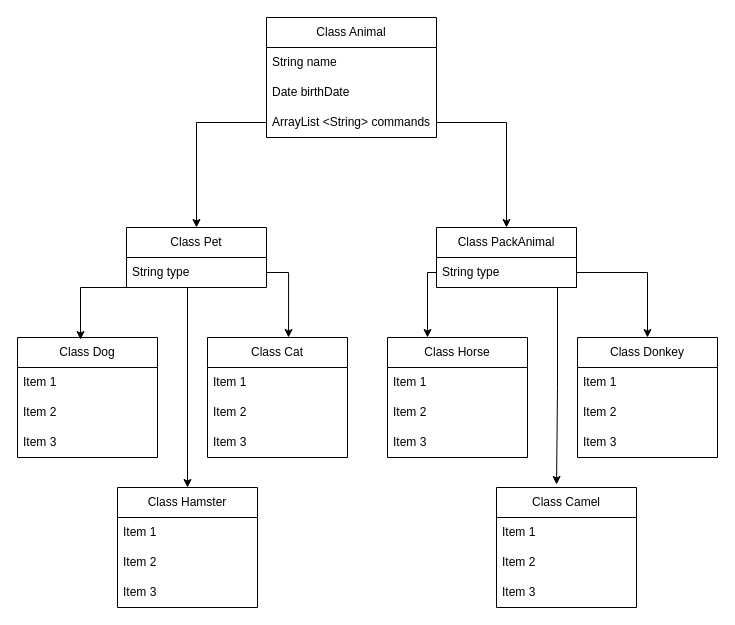
The draw.io diagram Animals diagram.drawio in KopanovAleksey/FinalSpecializationWork, before the edit. Source tidied: cells renumbered, new cells numbered last; positions are measured from the earlier drawing's top-left corner, leaving out a move shared by most shapes. Both pictures are drawn from the tidied source at 100%, with x=0, y=0 at pixel (17, 17).
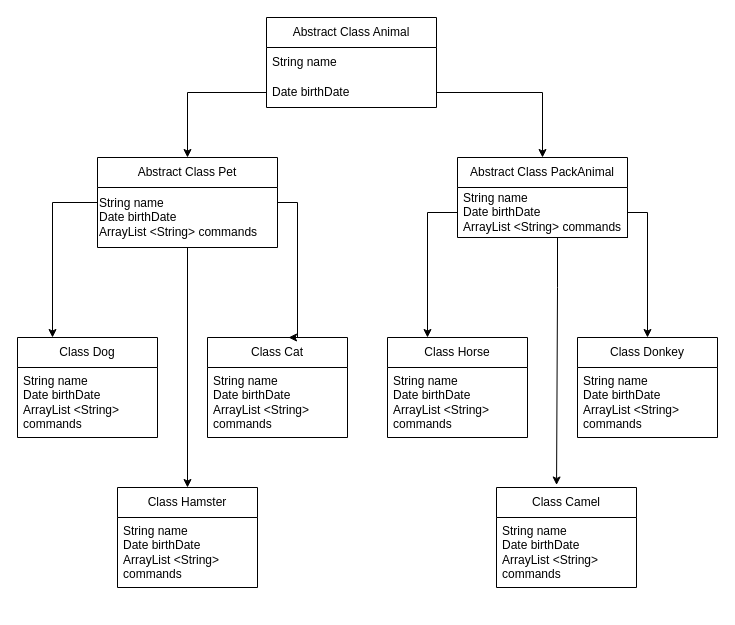
Above is the later version.

The change refers to these unchanged cells:
```xml
<mxCell id="4" value="Date birthDate" style="text;strokeColor=none;fillColor=none;align=left;verticalAlign=middle;spacingLeft=4;spacingRight=4;overflow=hidden;points=[[0,0.5],[1,0.5]];portConstraint=eastwest;whiteSpace=wrap;html=1;" parent="2" vertex="1">
  <mxGeometry y="60" width="170" height="30" as="geometry" />
</mxCell>
```

Diff of the diagram source:
```diff
@@
-    <mxCell id="2" value="Class Animal" style="swimlane;fontStyle=0;horizontal=1;startSize=30;whiteSpace=wrap;html=1;" parent="1" vertex="1">
-      <mxGeometry x="249" width="170" height="120" as="geometry" />
+    <mxCell id="2" value="Abstract Class Animal" style="swimlane;fontStyle=0;horizontal=1;startSize=30;whiteSpace=wrap;html=1;" parent="1" vertex="1">
+      <mxGeometry x="249" width="170" height="90" as="geometry" />
     </mxCell>
@@
-    <mxCell id="5" value="ArrayList &amp;lt;String&amp;gt; commands" style="text;strokeColor=none;fillColor=none;align=left;verticalAlign=middle;spacingLeft=4;spacingRight=4;overflow=hidden;points=[[0,0.5],[1,0.5]];portConstraint=eastwest;whiteSpace=wrap;html=1;" parent="2" vertex="1">
-      <mxGeometry y="90" width="170" height="30" as="geometry" />
-    </mxCell>
-    <mxCell id="6" value="Class Pet" style="swimlane;fontStyle=0;horizontal=1;startSize=30;whiteSpace=wrap;html=1;" parent="1" vertex="1">
-      <mxGeometry x="109" y="210" width="140" height="60" as="geometry" />
+    <mxCell id="6" value="Abstract Class Pet" style="swimlane;fontStyle=0;horizontal=1;startSize=30;whiteSpace=wrap;html=1;" parent="1" vertex="1">
+      <mxGeometry x="80" y="140" width="180" height="90" as="geometry" />
     </mxCell>
-    <mxCell id="7" value="String type" style="text;strokeColor=none;fillColor=none;align=left;verticalAlign=middle;spacingLeft=4;spacingRight=4;overflow=hidden;points=[[0,0.5],[1,0.5]];portConstraint=eastwest;whiteSpace=wrap;html=1;" parent="6" vertex="1">
-      <mxGeometry y="30" width="140" height="30" as="geometry" />
-    </mxCell>
+    <mxCell id="42" value="String name&lt;br&gt;Date birthDate&lt;br&gt;ArrayList &amp;lt;String&amp;gt; commands" style="text;html=1;align=left;verticalAlign=middle;points=[];strokeColor=none;fillColor=none;" parent="6" vertex="1">
+      <mxGeometry y="30" width="180" height="60" as="geometry" />
+    </mxCell>
-    <mxCell id="8" value="Class PackAnimal" style="swimlane;fontStyle=0;horizontal=1;startSize=30;whiteSpace=wrap;html=1;" parent="1" vertex="1">
-      <mxGeometry x="419" y="210" width="140" height="60" as="geometry" />
+    <mxCell id="8" value="Abstract Class PackAnimal" style="swimlane;fontStyle=0;horizontal=1;startSize=30;whiteSpace=wrap;html=1;" parent="1" vertex="1">
+      <mxGeometry x="440" y="140" width="170" height="80" as="geometry" />
     </mxCell>
-    <mxCell id="9" value="String type" style="text;strokeColor=none;fillColor=none;align=left;verticalAlign=middle;spacingLeft=4;spacingRight=4;overflow=hidden;points=[[0,0.5],[1,0.5]];portConstraint=eastwest;whiteSpace=wrap;html=1;" parent="8" vertex="1">
-      <mxGeometry y="30" width="140" height="30" as="geometry" />
+    <mxCell id="9" value="String name&lt;br style=&quot;border-color: var(--border-color); text-align: center;&quot;&gt;&lt;span style=&quot;text-align: center;&quot;&gt;Date birthDate&lt;/span&gt;&lt;br style=&quot;border-color: var(--border-color); text-align: center;&quot;&gt;&lt;span style=&quot;text-align: center;&quot;&gt;ArrayList &amp;lt;String&amp;gt; commands&lt;/span&gt;" style="text;strokeColor=none;fillColor=none;align=left;verticalAlign=middle;spacingLeft=4;spacingRight=4;overflow=hidden;points=[[0,0.5],[1,0.5]];portConstraint=eastwest;whiteSpace=wrap;html=1;" parent="8" vertex="1">
+      <mxGeometry y="30" width="170" height="50" as="geometry" />
     </mxCell>
-    <mxCell id="10" style="edgeStyle=orthogonalEdgeStyle;rounded=0;jettySize=auto;html=1;exitX=0;exitY=0.5;exitDx=0;exitDy=0;" parent="1" edge="1" source="5" target="6">
+    <mxCell id="10" style="edgeStyle=orthogonalEdgeStyle;rounded=0;jettySize=auto;html=1;" parent="1" edge="1" source="4" target="6">
       <mxGeometry relative="1" as="geometry" />
     </mxCell>
-    <mxCell id="11" style="edgeStyle=orthogonalEdgeStyle;rounded=0;jettySize=auto;html=1;exitX=1;exitY=0.5;exitDx=0;exitDy=0;entryX=0.5;entryY=0;entryDx=0;entryDy=0;" parent="1" edge="1" source="5" target="8">
+    <mxCell id="11" style="edgeStyle=orthogonalEdgeStyle;rounded=0;jettySize=auto;html=1;exitX=1;exitY=0.5;exitDx=0;exitDy=0;entryX=0.5;entryY=0;entryDx=0;entryDy=0;" parent="1" edge="1" source="4" target="8">
       <mxGeometry relative="1" as="geometry" />
     </mxCell>
     <mxCell id="12" value="Class Dog" style="swimlane;fontStyle=0;horizontal=1;startSize=30;whiteSpace=wrap;html=1;" parent="1" vertex="1">
-      <mxGeometry y="320" width="140" height="120" as="geometry" />
+      <mxGeometry y="320" width="140" height="100" as="geometry" />
     </mxCell>
-    <mxCell id="13" value="Item 1" style="text;strokeColor=none;fillColor=none;align=left;verticalAlign=middle;spacingLeft=4;spacingRight=4;overflow=hidden;whiteSpace=wrap;html=1;" parent="12" vertex="1">
-      <mxGeometry y="30" width="140" height="30" as="geometry" />
-    </mxCell>
-    <mxCell id="14" value="Item 2" style="text;strokeColor=none;fillColor=none;align=left;verticalAlign=middle;spacingLeft=4;spacingRight=4;overflow=hidden;whiteSpace=wrap;html=1;" parent="12" vertex="1">
-      <mxGeometry y="60" width="140" height="30" as="geometry" />
-    </mxCell>
-    <mxCell id="15" value="Item 3" style="text;strokeColor=none;fillColor=none;align=left;verticalAlign=middle;spacingLeft=4;spacingRight=4;overflow=hidden;whiteSpace=wrap;html=1;" parent="12" vertex="1">
-      <mxGeometry y="90" width="140" height="30" as="geometry" />
-    </mxCell>
     <mxCell id="16" value="Class Cat" style="swimlane;fontStyle=0;horizontal=1;startSize=30;whiteSpace=wrap;html=1;" parent="1" vertex="1">
-      <mxGeometry x="190" y="320" width="140" height="120" as="geometry" />
+      <mxGeometry x="190" y="320" width="140" height="100" as="geometry" />
     </mxCell>
-    <mxCell id="17" value="Item 1" style="text;strokeColor=none;fillColor=none;align=left;verticalAlign=middle;spacingLeft=4;spacingRight=4;overflow=hidden;whiteSpace=wrap;html=1;" parent="16" vertex="1">
-      <mxGeometry y="30" width="140" height="30" as="geometry" />
+    <mxCell id="17" value="String name&lt;br style=&quot;border-color: var(--border-color);&quot;&gt;&lt;span style=&quot;&quot;&gt;Date birthDate&lt;/span&gt;&lt;br style=&quot;border-color: var(--border-color);&quot;&gt;&lt;span style=&quot;&quot;&gt;ArrayList &amp;lt;String&amp;gt; commands&lt;/span&gt;" style="text;strokeColor=none;fillColor=none;align=left;verticalAlign=middle;spacingLeft=4;spacingRight=4;overflow=hidden;whiteSpace=wrap;html=1;" parent="16" vertex="1">
+      <mxGeometry y="30" width="140" height="70" as="geometry" />
     </mxCell>
-    <mxCell id="18" value="Item 2" style="text;strokeColor=none;fillColor=none;align=left;verticalAlign=middle;spacingLeft=4;spacingRight=4;overflow=hidden;whiteSpace=wrap;html=1;" parent="16" vertex="1">
-      <mxGeometry y="60" width="140" height="30" as="geometry" />
-    </mxCell>
-    <mxCell id="19" value="Item 3" style="text;strokeColor=none;fillColor=none;align=left;verticalAlign=middle;spacingLeft=4;spacingRight=4;overflow=hidden;whiteSpace=wrap;html=1;" parent="16" vertex="1">
-      <mxGeometry y="90" width="140" height="30" as="geometry" />
-    </mxCell>
     <mxCell id="20" value="Class Hamster" style="swimlane;fontStyle=0;horizontal=1;startSize=30;whiteSpace=wrap;html=1;" parent="1" vertex="1">
-      <mxGeometry x="100" y="470" width="140" height="120" as="geometry" />
+      <mxGeometry x="100" y="470" width="140" height="100" as="geometry" />
     </mxCell>
-    <mxCell id="21" value="Item 1" style="text;strokeColor=none;fillColor=none;align=left;verticalAlign=middle;spacingLeft=4;spacingRight=4;overflow=hidden;whiteSpace=wrap;html=1;" parent="20" vertex="1">
-      <mxGeometry y="30" width="140" height="30" as="geometry" />
-    </mxCell>
-    <mxCell id="22" value="Item 2" style="text;strokeColor=none;fillColor=none;align=left;verticalAlign=middle;spacingLeft=4;spacingRight=4;overflow=hidden;whiteSpace=wrap;html=1;" parent="20" vertex="1">
-      <mxGeometry y="60" width="140" height="30" as="geometry" />
-    </mxCell>
-    <mxCell id="23" value="Item 3" style="text;strokeColor=none;fillColor=none;align=left;verticalAlign=middle;spacingLeft=4;spacingRight=4;overflow=hidden;whiteSpace=wrap;html=1;" parent="20" vertex="1">
-      <mxGeometry y="90" width="140" height="30" as="geometry" />
-    </mxCell>
+    <mxCell id="43" value="String name&lt;br style=&quot;border-color: var(--border-color);&quot;&gt;&lt;span style=&quot;&quot;&gt;Date birthDate&lt;/span&gt;&lt;br style=&quot;border-color: var(--border-color);&quot;&gt;&lt;span style=&quot;&quot;&gt;ArrayList &amp;lt;String&amp;gt; commands&lt;/span&gt;" style="text;strokeColor=none;fillColor=none;align=left;verticalAlign=middle;spacingLeft=4;spacingRight=4;overflow=hidden;whiteSpace=wrap;html=1;" parent="20" vertex="1">
+      <mxGeometry y="30" width="140" height="70" as="geometry" />
+    </mxCell>
     <mxCell id="24" value="Class Horse" style="swimlane;fontStyle=0;horizontal=1;startSize=30;whiteSpace=wrap;html=1;" parent="1" vertex="1">
-      <mxGeometry x="370" y="320" width="140" height="120" as="geometry" />
+      <mxGeometry x="370" y="320" width="140" height="100" as="geometry" />
     </mxCell>
-    <mxCell id="25" value="Item 1" style="text;strokeColor=none;fillColor=none;align=left;verticalAlign=middle;spacingLeft=4;spacingRight=4;overflow=hidden;whiteSpace=wrap;html=1;" parent="24" vertex="1">
-      <mxGeometry y="30" width="140" height="30" as="geometry" />
-    </mxCell>
-    <mxCell id="26" value="Item 2" style="text;strokeColor=none;fillColor=none;align=left;verticalAlign=middle;spacingLeft=4;spacingRight=4;overflow=hidden;whiteSpace=wrap;html=1;" parent="24" vertex="1">
-      <mxGeometry y="60" width="140" height="30" as="geometry" />
-    </mxCell>
-    <mxCell id="27" value="Item 3" style="text;strokeColor=none;fillColor=none;align=left;verticalAlign=middle;spacingLeft=4;spacingRight=4;overflow=hidden;whiteSpace=wrap;html=1;" parent="24" vertex="1">
-      <mxGeometry y="90" width="140" height="30" as="geometry" />
-    </mxCell>
+    <mxCell id="44" value="String name&lt;br style=&quot;border-color: var(--border-color);&quot;&gt;&lt;span style=&quot;&quot;&gt;Date birthDate&lt;/span&gt;&lt;br style=&quot;border-color: var(--border-color);&quot;&gt;&lt;span style=&quot;&quot;&gt;ArrayList &amp;lt;String&amp;gt; commands&lt;/span&gt;" style="text;strokeColor=none;fillColor=none;align=left;verticalAlign=middle;spacingLeft=4;spacingRight=4;overflow=hidden;whiteSpace=wrap;html=1;" parent="24" vertex="1">
+      <mxGeometry y="30" width="140" height="70" as="geometry" />
+    </mxCell>
     <mxCell id="28" value="Class Donkey" style="swimlane;fontStyle=0;horizontal=1;startSize=30;whiteSpace=wrap;html=1;" parent="1" vertex="1">
-      <mxGeometry x="560" y="320" width="140" height="120" as="geometry" />
+      <mxGeometry x="560" y="320" width="140" height="100" as="geometry" />
     </mxCell>
-    <mxCell id="29" value="Item 1" style="text;strokeColor=none;fillColor=none;align=left;verticalAlign=middle;spacingLeft=4;spacingRight=4;overflow=hidden;whiteSpace=wrap;html=1;" parent="28" vertex="1">
-      <mxGeometry y="30" width="140" height="30" as="geometry" />
-    </mxCell>
-    <mxCell id="30" value="Item 2" style="text;strokeColor=none;fillColor=none;align=left;verticalAlign=middle;spacingLeft=4;spacingRight=4;overflow=hidden;whiteSpace=wrap;html=1;" parent="28" vertex="1">
-      <mxGeometry y="60" width="140" height="30" as="geometry" />
-    </mxCell>
-    <mxCell id="31" value="Item 3" style="text;strokeColor=none;fillColor=none;align=left;verticalAlign=middle;spacingLeft=4;spacingRight=4;overflow=hidden;whiteSpace=wrap;html=1;" parent="28" vertex="1">
-      <mxGeometry y="90" width="140" height="30" as="geometry" />
-    </mxCell>
+    <mxCell id="45" value="String name&lt;br style=&quot;border-color: var(--border-color);&quot;&gt;&lt;span style=&quot;&quot;&gt;Date birthDate&lt;/span&gt;&lt;br style=&quot;border-color: var(--border-color);&quot;&gt;&lt;span style=&quot;&quot;&gt;ArrayList &amp;lt;String&amp;gt; commands&lt;/span&gt;" style="text;strokeColor=none;fillColor=none;align=left;verticalAlign=middle;spacingLeft=4;spacingRight=4;overflow=hidden;whiteSpace=wrap;html=1;" parent="28" vertex="1">
+      <mxGeometry y="30" width="140" height="70" as="geometry" />
+    </mxCell>
     <mxCell id="32" value="Class Camel" style="swimlane;fontStyle=0;horizontal=1;startSize=30;whiteSpace=wrap;html=1;" parent="1" vertex="1">
-      <mxGeometry x="479" y="470" width="140" height="120" as="geometry" />
+      <mxGeometry x="479" y="470" width="140" height="100" as="geometry" />
     </mxCell>
-    <mxCell id="33" value="Item 1" style="text;strokeColor=none;fillColor=none;align=left;verticalAlign=middle;spacingLeft=4;spacingRight=4;overflow=hidden;whiteSpace=wrap;html=1;" parent="32" vertex="1">
-      <mxGeometry y="30" width="140" height="30" as="geometry" />
-    </mxCell>
-    <mxCell id="34" value="Item 2" style="text;strokeColor=none;fillColor=none;align=left;verticalAlign=middle;spacingLeft=4;spacingRight=4;overflow=hidden;whiteSpace=wrap;html=1;" parent="32" vertex="1">
-      <mxGeometry y="60" width="140" height="30" as="geometry" />
-    </mxCell>
-    <mxCell id="35" value="Item 3" style="text;strokeColor=none;fillColor=none;align=left;verticalAlign=middle;spacingLeft=4;spacingRight=4;overflow=hidden;whiteSpace=wrap;html=1;" parent="32" vertex="1">
-      <mxGeometry y="90" width="140" height="30" as="geometry" />
-    </mxCell>
+    <mxCell id="46" value="String name&lt;br style=&quot;border-color: var(--border-color);&quot;&gt;&lt;span style=&quot;&quot;&gt;Date birthDate&lt;/span&gt;&lt;br style=&quot;border-color: var(--border-color);&quot;&gt;&lt;span style=&quot;&quot;&gt;ArrayList &amp;lt;String&amp;gt; commands&lt;/span&gt;" style="text;strokeColor=none;fillColor=none;align=left;verticalAlign=middle;spacingLeft=4;spacingRight=4;overflow=hidden;whiteSpace=wrap;html=1;" parent="32" vertex="1">
+      <mxGeometry y="30" width="140" height="70" as="geometry" />
+    </mxCell>
     <mxCell id="36" style="edgeStyle=orthogonalEdgeStyle;rounded=0;jettySize=auto;html=1;exitX=0;exitY=0.5;exitDx=0;exitDy=0;" parent="1" edge="1" source="9" target="24">
       <mxGeometry relative="1" as="geometry">
         <Array as="points">
-          <mxPoint x="410" y="255" />
+          <mxPoint x="410" y="195" />
         </Array>
       </mxGeometry>
     </mxCell>
@@
     <mxCell id="38" style="edgeStyle=orthogonalEdgeStyle;rounded=0;jettySize=auto;html=1;exitX=1;exitY=0.5;exitDx=0;exitDy=0;entryX=0.429;entryY=-0.025;entryDx=0;entryDy=0;entryPerimeter=0;" parent="1" edge="1" source="9" target="32">
       <mxGeometry relative="1" as="geometry">
         <Array as="points">
-          <mxPoint x="559" y="270" />
+          <mxPoint x="610" y="220" />
+          <mxPoint x="540" y="220" />
           <mxPoint x="540" y="270" />
-          <mxPoint x="540" y="370" />
         </Array>
       </mxGeometry>
     </mxCell>
-    <mxCell id="39" style="edgeStyle=orthogonalEdgeStyle;rounded=0;jettySize=auto;html=1;exitX=1;exitY=0.5;exitDx=0;exitDy=0;entryX=0.579;entryY=0;entryDx=0;entryDy=0;entryPerimeter=0;" parent="1" edge="1" source="7" target="16">
-      <mxGeometry relative="1" as="geometry" />
+    <mxCell id="39" style="edgeStyle=orthogonalEdgeStyle;rounded=0;jettySize=auto;html=1;exitX=1;exitY=0.75;exitDx=0;exitDy=0;entryX=0.579;entryY=0;entryDx=0;entryDy=0;entryPerimeter=0;" parent="1" edge="1" source="6" target="16">
+      <mxGeometry relative="1" as="geometry">
+        <Array as="points">
+          <mxPoint x="280" y="185" />
+          <mxPoint x="280" y="320" />
+        </Array>
+      </mxGeometry>
     </mxCell>
-    <mxCell id="40" style="edgeStyle=orthogonalEdgeStyle;rounded=0;jettySize=auto;html=1;exitX=0;exitY=0.5;exitDx=0;exitDy=0;entryX=0.45;entryY=0.017;entryDx=0;entryDy=0;entryPerimeter=0;" parent="1" edge="1" source="7" target="12">
-      <mxGeometry relative="1" as="geometry">
-        <Array as="points">
-          <mxPoint x="109" y="270" />
-          <mxPoint x="63" y="270" />
-        </Array>
-      </mxGeometry>
-    </mxCell>
-    <mxCell id="41" style="edgeStyle=orthogonalEdgeStyle;rounded=0;jettySize=auto;html=1;exitX=0;exitY=0.5;exitDx=0;exitDy=0;entryX=0.5;entryY=0;entryDx=0;entryDy=0;" parent="1" edge="1" source="7" target="20">
+    <mxCell id="41" style="edgeStyle=orthogonalEdgeStyle;rounded=0;jettySize=auto;html=1;entryX=0.5;entryY=0;entryDx=0;entryDy=0;" parent="1" edge="1" source="42" target="20">
       <mxGeometry relative="1" as="geometry">
         <Array as="points">
-          <mxPoint x="109" y="270" />
-          <mxPoint x="170" y="270" />
-          <mxPoint x="170" y="470" />
+          <mxPoint x="170" y="220" />
+          <mxPoint x="170" y="220" />
         </Array>
       </mxGeometry>
     </mxCell>
+    <mxCell id="47" style="edgeStyle=orthogonalEdgeStyle;rounded=0;jettySize=auto;html=1;entryX=0.25;entryY=0;entryDx=0;entryDy=0;" parent="1" edge="1" source="42" target="12">
+      <mxGeometry relative="1" as="geometry">
+        <Array as="points">
+          <mxPoint x="35" y="185" />
+        </Array>
+      </mxGeometry>
+    </mxCell>
+    <mxCell id="48" value="String name&lt;br style=&quot;border-color: var(--border-color);&quot;&gt;&lt;span style=&quot;&quot;&gt;Date birthDate&lt;/span&gt;&lt;br style=&quot;border-color: var(--border-color);&quot;&gt;&lt;span style=&quot;&quot;&gt;ArrayList &amp;lt;String&amp;gt; commands&lt;/span&gt;" style="text;strokeColor=none;fillColor=none;align=left;verticalAlign=middle;spacingLeft=4;spacingRight=4;overflow=hidden;whiteSpace=wrap;html=1;" parent="1" vertex="1">
+      <mxGeometry y="350" width="140" height="70" as="geometry" />
+    </mxCell>
```
